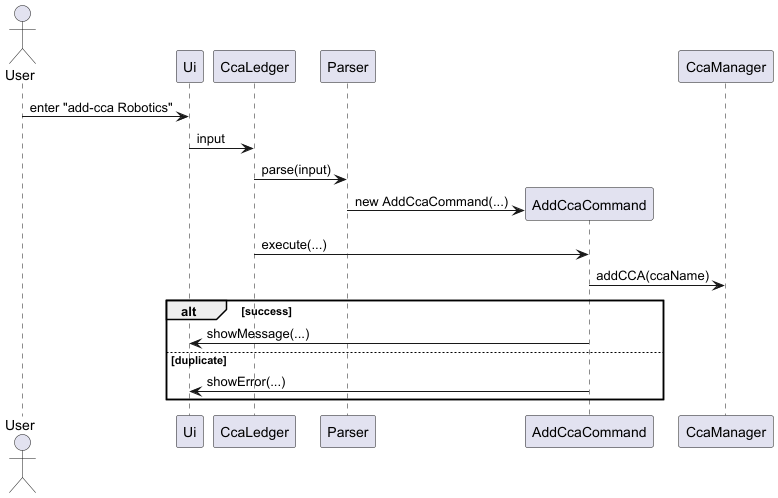
Earlier version of the PlantUML export docs/images/add-cca.png (RehaanMahmood/tp). Source of this version:
```plantuml
@startuml
actor User
participant Ui
participant CcaLedger
participant Parser
participant AddCcaCommand
participant CcaManager

User -> Ui: enter "add-cca Robotics"
Ui -> CcaLedger: input

CcaLedger -> Parser: parse(input)
Create AddCcaCommand
Parser -> AddCcaCommand: new AddCcaCommand(...)

CcaLedger -> AddCcaCommand: execute(...)

AddCcaCommand -> CcaManager: addCCA(ccaName)

alt success
    AddCcaCommand -> Ui: showMessage(...)
else duplicate
    AddCcaCommand -> Ui: showError(...)
end
@enduml
```
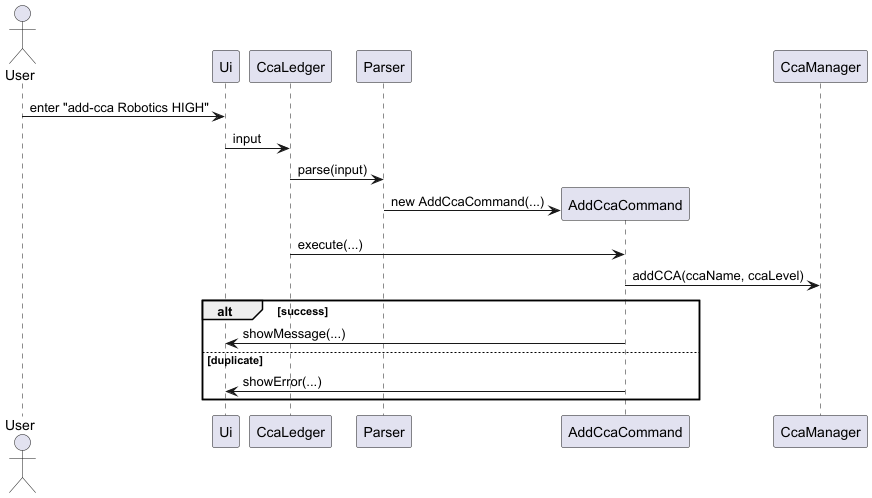
Above is the later version.

Change to the diagram source:
```diff
@@ -6,7 +6,7 @@
 participant AddCcaCommand
 participant CcaManager
 
-User -> Ui: enter "add-cca Robotics"
+User -> Ui: enter "add-cca Robotics HIGH"
 Ui -> CcaLedger: input
 
 CcaLedger -> Parser: parse(input)
@@ -15,7 +15,7 @@
 
 CcaLedger -> AddCcaCommand: execute(...)
 
-AddCcaCommand -> CcaManager: addCCA(ccaName)
+AddCcaCommand -> CcaManager: addCCA(ccaName, ccaLevel)
 
 alt success
     AddCcaCommand -> Ui: showMessage(...)
```
